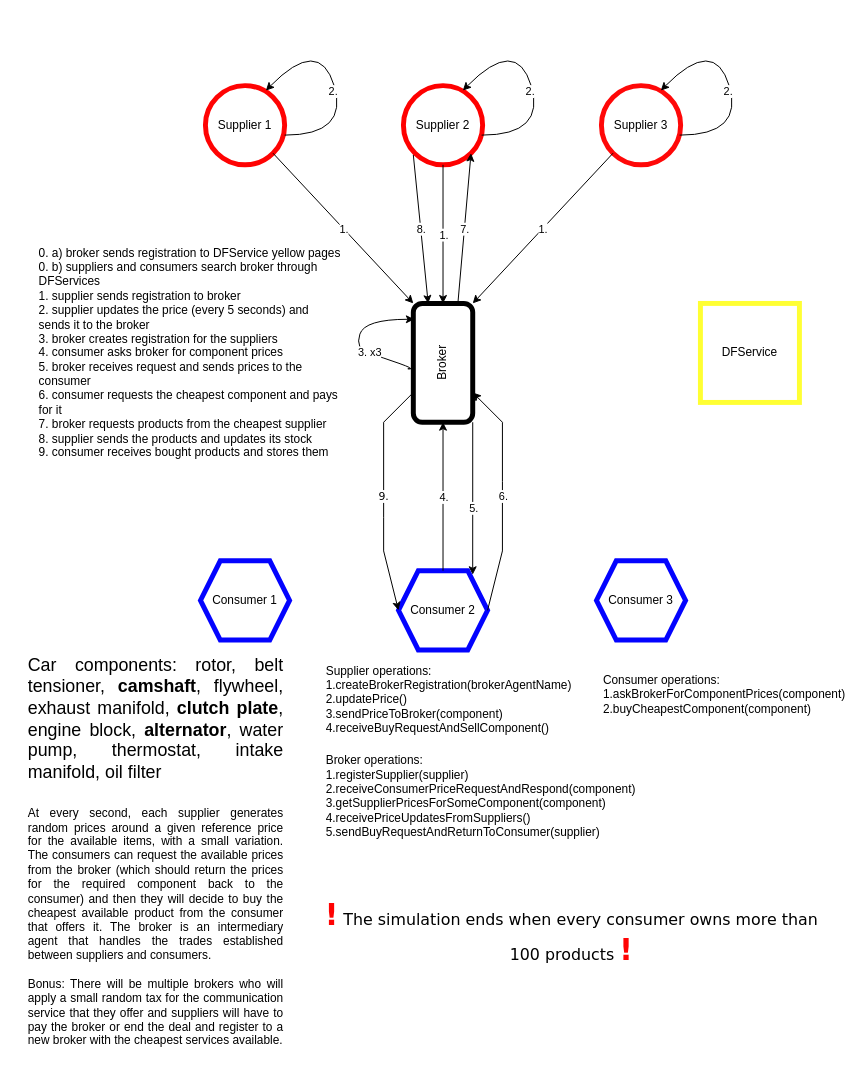
EndlessRecurrence/Ultraoriginal-Car-Components-Market-Simulation keeps this draw.io diagram as Diagrams/diagram.drawio. Above is the earlier version. Source tidied: cells renumbered, new cells numbered last; positions are measured from the earlier drawing's top-left corner, leaving out a move shared by most shapes. Both pictures are drawn from the tidied source at 99%, with x=0, y=0 at pixel (27, 36).
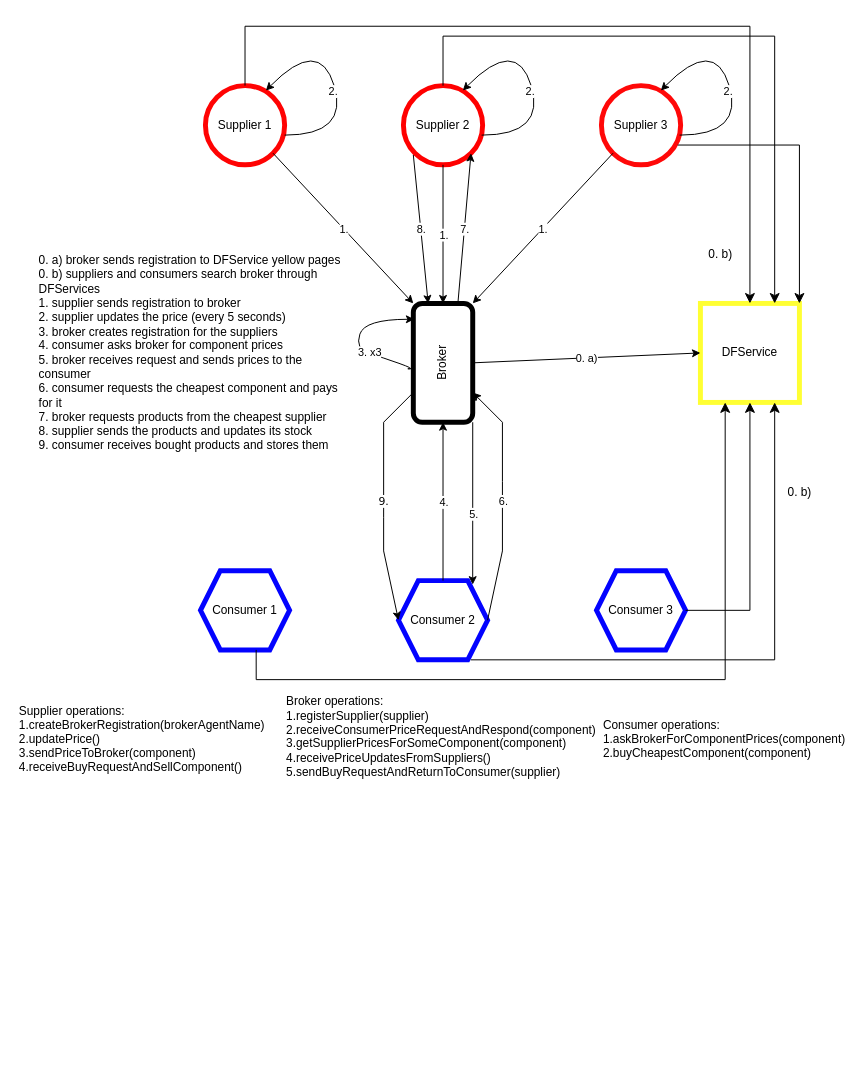
The same diagram, later.

Unchanged cells that the change refers to:
```xml
<mxCell id="2" value="Supplier 1" style="ellipse;whiteSpace=wrap;html=1;strokeColor=#FF0303;strokeWidth=5;" parent="1" vertex="1">
  <mxGeometry x="180" y="50" width="80" height="80" as="geometry" />
</mxCell>
<mxCell id="3" value="Supplier 2" style="ellipse;whiteSpace=wrap;html=1;strokeColor=#FF0000;strokeWidth=5;" parent="1" vertex="1">
  <mxGeometry x="380" y="50" width="80" height="80" as="geometry" />
</mxCell>
<mxCell id="4" value="Supplier 3" style="ellipse;whiteSpace=wrap;html=1;strokeColor=#FF0808;strokeWidth=5;" parent="1" vertex="1">
  <mxGeometry x="580" y="50" width="80" height="80" as="geometry" />
</mxCell>
<mxCell id="7" value="Broker" style="rounded=1;whiteSpace=wrap;html=1;rotation=-90;strokeWidth=5;" parent="1" vertex="1">
  <mxGeometry x="360" y="300" width="120" height="60" as="geometry" />
</mxCell>
<mxCell id="38" value="&lt;div&gt;DFService&lt;/div&gt;" style="whiteSpace=wrap;html=1;strokeWidth=5;strokeColor=#FFFF33;" parent="1" vertex="1">
  <mxGeometry x="680" y="270" width="100" height="100" as="geometry" />
</mxCell>
```

Diff of the diagram source:
```diff
@@
     <mxCell id="8" value="&lt;div&gt;Consumer 1&lt;br&gt;&lt;/div&gt;" style="shape=hexagon;perimeter=hexagonPerimeter2;whiteSpace=wrap;html=1;fixedSize=1;strokeColor=#0303FF;strokeWidth=5;" parent="1" vertex="1">
-      <mxGeometry x="175" y="530" width="90" height="80" as="geometry" />
+      <mxGeometry x="175" y="540" width="90" height="80" as="geometry" />
     </mxCell>
     <mxCell id="9" value="&lt;div&gt;Consumer 2&lt;br&gt;&lt;/div&gt;" style="shape=hexagon;perimeter=hexagonPerimeter2;whiteSpace=wrap;html=1;fixedSize=1;strokeColor=#0303FF;strokeWidth=5;" parent="1" vertex="1">
-      <mxGeometry x="375" y="540" width="90" height="80" as="geometry" />
+      <mxGeometry x="375" y="550" width="90" height="80" as="geometry" />
     </mxCell>
     <mxCell id="10" value="&lt;div&gt;Consumer 3&lt;/div&gt;" style="shape=hexagon;perimeter=hexagonPerimeter2;whiteSpace=wrap;html=1;fixedSize=1;strokeColor=#0303FF;strokeWidth=5;" parent="1" vertex="1">
-      <mxGeometry x="575" y="530" width="90" height="80" as="geometry" />
+      <mxGeometry x="575" y="540" width="90" height="80" as="geometry" />
     </mxCell>
-    <mxCell id="11" value="&lt;div style=&quot;font-size: 18px;&quot; align=&quot;justify&quot;&gt;Car components: rotor, belt tensioner, &lt;b&gt;camshaft&lt;/b&gt;, flywheel, exhaust manifold, &lt;b&gt;clutch plate&lt;/b&gt;, engine block, &lt;b&gt;alternator&lt;/b&gt;, water pump, thermostat, intake manifold, oil filter&lt;/div&gt;" style="text;strokeColor=none;align=center;fillColor=none;html=1;verticalAlign=middle;whiteSpace=wrap;rounded=0;fontSize=18;fontStyle=0;" parent="1" vertex="1">
-      <mxGeometry y="650" width="260" height="80" as="geometry" />
-    </mxCell>
-    <mxCell id="12" value="&lt;div align=&quot;justify&quot;&gt;At every second, each supplier generates random prices around a given reference price for the available items, with a small variation. The consumers can request the available prices from the broker (which should return the prices for the required component back to the consumer) and then they will decide to buy the cheapest available product from the consumer that offers it. The broker is an intermediary agent that handles the trades established between suppliers and consumers.&lt;/div&gt;&lt;div align=&quot;justify&quot;&gt;&lt;br&gt;&lt;/div&gt;&lt;div align=&quot;justify&quot;&gt;Bonus: There will be multiple brokers who will apply a small random tax for the communication service that they offer and suppliers will have to pay the broker or end the deal and register to a new broker with the cheapest services available.&lt;br&gt;&lt;/div&gt;" style="text;strokeColor=none;align=center;fillColor=none;html=1;verticalAlign=middle;whiteSpace=wrap;rounded=0;" parent="1" vertex="1">
-      <mxGeometry y="770" width="260" height="260" as="geometry" />
-    </mxCell>
     <mxCell id="13" value="&lt;div align=&quot;left&quot;&gt;Supplier operations:&lt;/div&gt;&lt;div align=&quot;left&quot;&gt;1.createBrokerRegistration(brokerAgentName)&lt;br&gt;&lt;/div&gt;&lt;div&gt;2.updatePrice()&lt;br&gt;&lt;/div&gt;&lt;div&gt;3.sendPriceToBroker(component)&lt;br&gt;&lt;/div&gt;&lt;div&gt;4.receiveBuyRequestAndSellComponent()&lt;br&gt;&lt;/div&gt;" style="text;strokeColor=none;align=left;fillColor=none;html=1;verticalAlign=middle;whiteSpace=wrap;rounded=0;" parent="1" vertex="1">
-      <mxGeometry x="300" y="650" width="150" height="40" as="geometry" />
+      <mxGeometry x="-10" y="690" width="150" height="40" as="geometry" />
     </mxCell>
     <mxCell id="14" value="&lt;div&gt;Consumer operations:&lt;/div&gt;&lt;div&gt;1.askBrokerForComponentPrices(component)&lt;/div&gt;&lt;div&gt;2.buyCheapestComponent(component)&lt;/div&gt;" style="text;strokeColor=none;align=left;fillColor=none;html=1;verticalAlign=middle;whiteSpace=wrap;rounded=0;" parent="1" vertex="1">
-      <mxGeometry x="580" y="620" width="200" height="90" as="geometry" />
+      <mxGeometry x="580" y="665" width="200" height="90" as="geometry" />
     </mxCell>
     <mxCell id="15" value="&lt;div&gt;Broker operations:&lt;/div&gt;&lt;div&gt;1.registerSupplier(supplier)&lt;br&gt;&lt;/div&gt;&lt;div&gt;2.receiveConsumerPriceRequestAndRespond(component)&lt;br&gt;&lt;/div&gt;&lt;div&gt;3.getSupplierPricesForSomeComponent(component)&lt;/div&gt;&lt;div&gt;4.receivePriceUpdatesFromSuppliers()&lt;/div&gt;&lt;div&gt;5.sendBuyRequestAndReturnToConsumer(supplier)&lt;br&gt;&lt;/div&gt;&lt;div&gt;&lt;br&gt;&lt;/div&gt;" style="text;strokeColor=none;align=left;fillColor=none;html=1;verticalAlign=middle;whiteSpace=wrap;rounded=0;" parent="1" vertex="1">
-      <mxGeometry x="300" y="750" width="130" height="50" as="geometry" />
+      <mxGeometry x="260" y="690" width="130" height="50" as="geometry" />
     </mxCell>
@@
-    <mxCell id="22" value="&lt;div align=&quot;left&quot;&gt;0. a) broker sends registration to DFService yellow pages&lt;br&gt;&lt;/div&gt;&lt;div align=&quot;left&quot;&gt;0. b) suppliers and consumers search broker through DFServices&lt;br&gt;&lt;/div&gt;&lt;div align=&quot;left&quot;&gt;1. supplier sends registration to broker&lt;br&gt;&lt;/div&gt;&lt;div&gt;2. supplier updates the price (every 5 seconds) and sends it to the broker&lt;br&gt;&lt;/div&gt;&lt;div&gt;3. broker creates registration for the suppliers&lt;br&gt;&lt;/div&gt;&lt;div&gt;4. consumer asks broker for component prices&lt;/div&gt;&lt;div&gt;5. broker receives request and sends prices to the consumer&lt;/div&gt;&lt;div&gt;6. consumer requests the cheapest component and pays for it&lt;br&gt;&lt;/div&gt;&lt;div&gt;7. broker requests products from the cheapest supplier&lt;br&gt;&lt;/div&gt;&lt;div&gt;8. supplier sends the products and updates its stock&lt;/div&gt;&lt;div&gt;9. consumer receives bought products and stores them&lt;br&gt;&lt;/div&gt;" style="text;strokeColor=none;align=left;fillColor=none;html=1;verticalAlign=middle;whiteSpace=wrap;rounded=0;" parent="1" vertex="1">
+    <mxCell id="22" value="&lt;div align=&quot;left&quot;&gt;0. a) broker sends registration to DFService yellow pages&lt;br&gt;&lt;/div&gt;&lt;div align=&quot;left&quot;&gt;0. b) suppliers and consumers search broker through DFServices&lt;br&gt;&lt;/div&gt;&lt;div align=&quot;left&quot;&gt;1. supplier sends registration to broker&lt;br&gt;&lt;/div&gt;&lt;div&gt;2. supplier updates the price (every 5 seconds)&lt;/div&gt;&lt;div&gt;3. broker creates registration for the suppliers&lt;br&gt;&lt;/div&gt;&lt;div&gt;4. consumer asks broker for component prices&lt;/div&gt;&lt;div&gt;5. broker receives request and sends prices to the consumer&lt;/div&gt;&lt;div&gt;6. consumer requests the cheapest component and pays for it&lt;br&gt;&lt;/div&gt;&lt;div&gt;7. broker requests products from the cheapest supplier&lt;br&gt;&lt;/div&gt;&lt;div&gt;8. supplier sends the products and updates its stock&lt;/div&gt;&lt;div&gt;9. consumer receives bought products and stores them&lt;br&gt;&lt;/div&gt;" style="text;strokeColor=none;align=left;fillColor=none;html=1;verticalAlign=middle;whiteSpace=wrap;rounded=0;" parent="1" vertex="1">
       <mxGeometry x="10" y="260" width="310" height="120" as="geometry" />
     </mxCell>
@@
-    <mxCell id="37" value="&lt;div align=&quot;center&quot;&gt;&lt;font style=&quot;font-size: 30px;&quot;&gt;&lt;font style=&quot;font-size: 30px;&quot;&gt;&lt;b&gt;&lt;font color=&quot;#FF0303&quot;&gt;!&lt;/font&gt;&lt;/b&gt;&lt;/font&gt;&lt;/font&gt; The simulation ends when every consumer owns more than 100 products &lt;font style=&quot;font-size: 30px;&quot;&gt;&lt;font style=&quot;font-size: 30px;&quot;&gt;&lt;b&gt;&lt;font color=&quot;#FF0303&quot;&gt;!&lt;/font&gt;&lt;/b&gt;&lt;/font&gt;&lt;/font&gt;&lt;/div&gt;" style="text;strokeColor=none;align=center;fillColor=none;html=1;verticalAlign=middle;whiteSpace=wrap;rounded=0;fontSize=16;fontFamily=Verdana;fontColor=default;" parent="1" vertex="1">
-      <mxGeometry x="300" y="860" width="500" height="90" as="geometry" />
-    </mxCell>
@@
+    <mxCell id="39" style="endArrow=classic;html=1;rounded=0;entryX=0;entryY=0.5;entryDx=0;entryDy=0;exitX=0.5;exitY=1;exitDx=0;exitDy=0;" parent="1" edge="1" source="7" target="38">
+      <mxGeometry relative="1" as="geometry" />
+    </mxCell>
+    <mxCell id="40" value="0. a)" style="edgeLabel;html=1;align=center;verticalAlign=middle;" parent="39" vertex="1">
+      <mxGeometry relative="1" as="geometry" />
+    </mxCell>
+    <mxCell id="41" style="edgeStyle=segmentEdgeStyle;endArrow=classic;html=1;curved=0;rounded=0;endSize=8;startSize=8;entryX=0.5;entryY=1;entryDx=0;entryDy=0;exitX=1;exitY=0.5;exitDx=0;exitDy=0;" parent="1" edge="1" source="10" target="38">
+      <mxGeometry relative="1" as="geometry" />
+    </mxCell>
+    <mxCell id="42" value="&lt;font style=&quot;font-size: 12px;&quot;&gt;&lt;font style=&quot;font-size: 12px;&quot;&gt;0. b)&lt;/font&gt;&lt;/font&gt;" style="text;strokeColor=none;fillColor=none;html=1;fontSize=14;fontStyle=0;verticalAlign=middle;align=center;" parent="1" vertex="1">
+      <mxGeometry x="730" y="440" width="100" height="40" as="geometry" />
+    </mxCell>
+    <mxCell id="43" style="edgeStyle=segmentEdgeStyle;endArrow=classic;html=1;curved=0;rounded=0;endSize=8;startSize=8;entryX=0.75;entryY=1;entryDx=0;entryDy=0;exitX=0.811;exitY=1;exitDx=0;exitDy=0;exitPerimeter=0;" parent="1" edge="1" source="9" target="38">
+      <mxGeometry relative="1" as="geometry" />
+    </mxCell>
+    <mxCell id="44" style="edgeStyle=segmentEdgeStyle;endArrow=classic;html=1;curved=0;rounded=0;endSize=8;startSize=8;entryX=0.25;entryY=1;entryDx=0;entryDy=0;exitX=0.625;exitY=1;exitDx=0;exitDy=0;" parent="1" edge="1" source="8" target="38">
+      <mxGeometry relative="1" as="geometry">
+        <Array as="points">
+          <mxPoint x="231" y="650" />
+          <mxPoint x="705" y="650" />
+        </Array>
+      </mxGeometry>
+    </mxCell>
+    <mxCell id="45" style="edgeStyle=elbowEdgeStyle;elbow=vertical;endArrow=classic;html=1;curved=0;rounded=0;endSize=8;startSize=8;entryX=1;entryY=0;entryDx=0;entryDy=0;exitX=0.963;exitY=0.75;exitDx=0;exitDy=0;exitPerimeter=0;" parent="1" edge="1" source="4" target="38">
+      <mxGeometry relative="1" as="geometry">
+        <Array as="points">
+          <mxPoint x="720" y="110" />
+        </Array>
+      </mxGeometry>
+    </mxCell>
+    <mxCell id="46" style="edgeStyle=elbowEdgeStyle;elbow=vertical;endArrow=classic;html=1;curved=0;rounded=0;endSize=8;startSize=8;entryX=0.75;entryY=0;entryDx=0;entryDy=0;exitX=0.5;exitY=0;exitDx=0;exitDy=0;" parent="1" edge="1" source="3" target="38">
+      <mxGeometry relative="1" as="geometry">
+        <Array as="points">
+          <mxPoint x="590" />
+        </Array>
+      </mxGeometry>
+    </mxCell>
+    <mxCell id="47" style="edgeStyle=elbowEdgeStyle;elbow=vertical;endArrow=classic;html=1;curved=0;rounded=0;endSize=8;startSize=8;entryX=0.5;entryY=0;entryDx=0;entryDy=0;exitX=0.5;exitY=0;exitDx=0;exitDy=0;" parent="1" edge="1" source="2" target="38">
+      <mxGeometry relative="1" as="geometry">
+        <Array as="points">
+          <mxPoint x="490" y="-10" />
+        </Array>
+      </mxGeometry>
+    </mxCell>
+    <mxCell id="48" value="&lt;font style=&quot;font-size: 12px;&quot;&gt;&lt;font style=&quot;font-size: 12px;&quot;&gt;0. b)&lt;/font&gt;&lt;/font&gt;" style="text;strokeColor=none;fillColor=none;html=1;fontSize=14;fontStyle=0;verticalAlign=middle;align=center;" parent="1" vertex="1">
+      <mxGeometry x="650" y="200" width="100" height="40" as="geometry" />
+    </mxCell>
```
